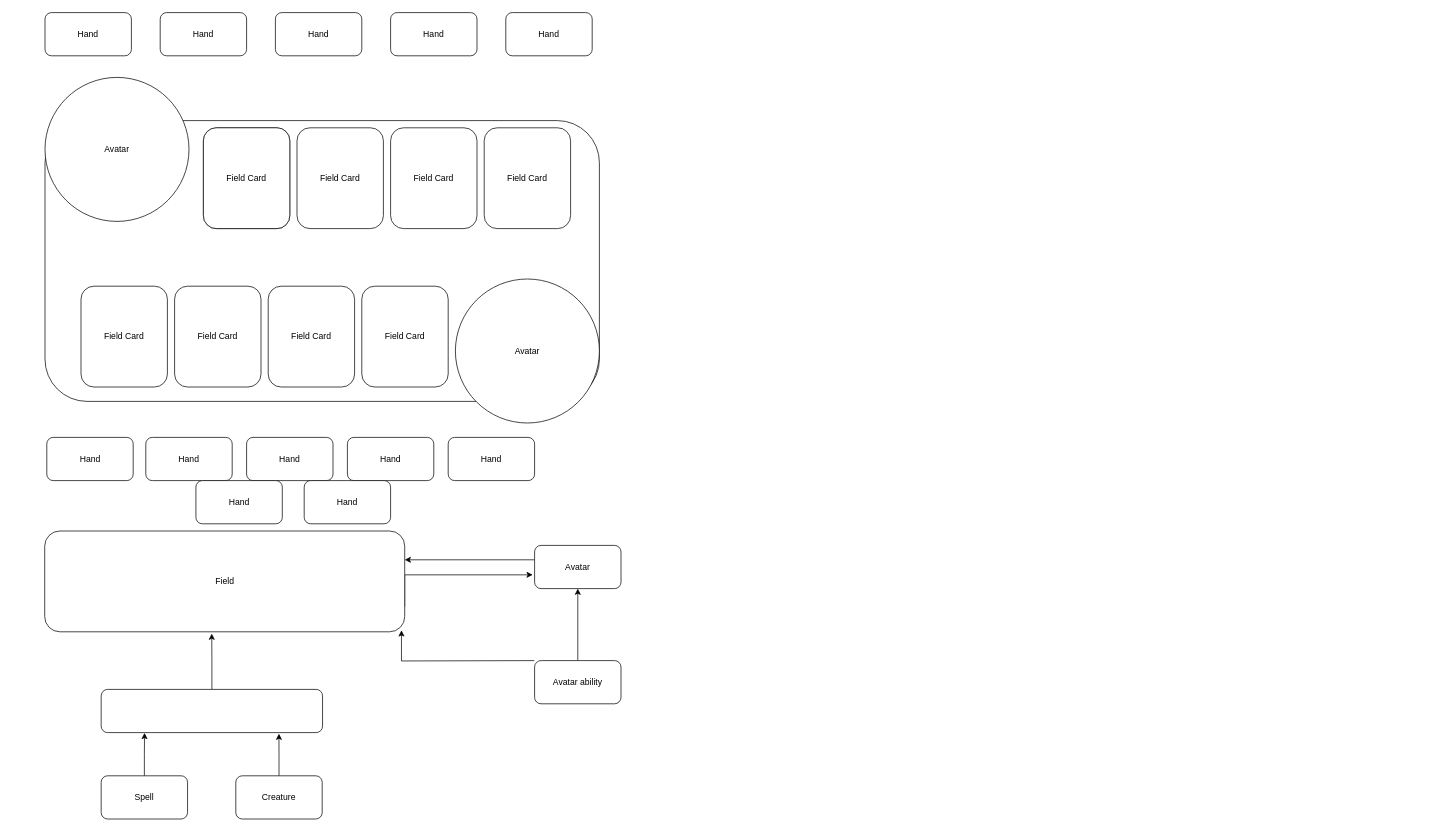
This is daigrams_from_site/Card Game Flow Chart.drawio from popados/01_diagrams, a draw.io file, before an edit. Source tidied: cells renumbered, new cells numbered last; positions are measured from the earlier drawing's top-left corner, leaving out a move shared by most shapes. Both pictures are drawn from the tidied source at 72%, with x=0, y=0 at pixel (45, 12).
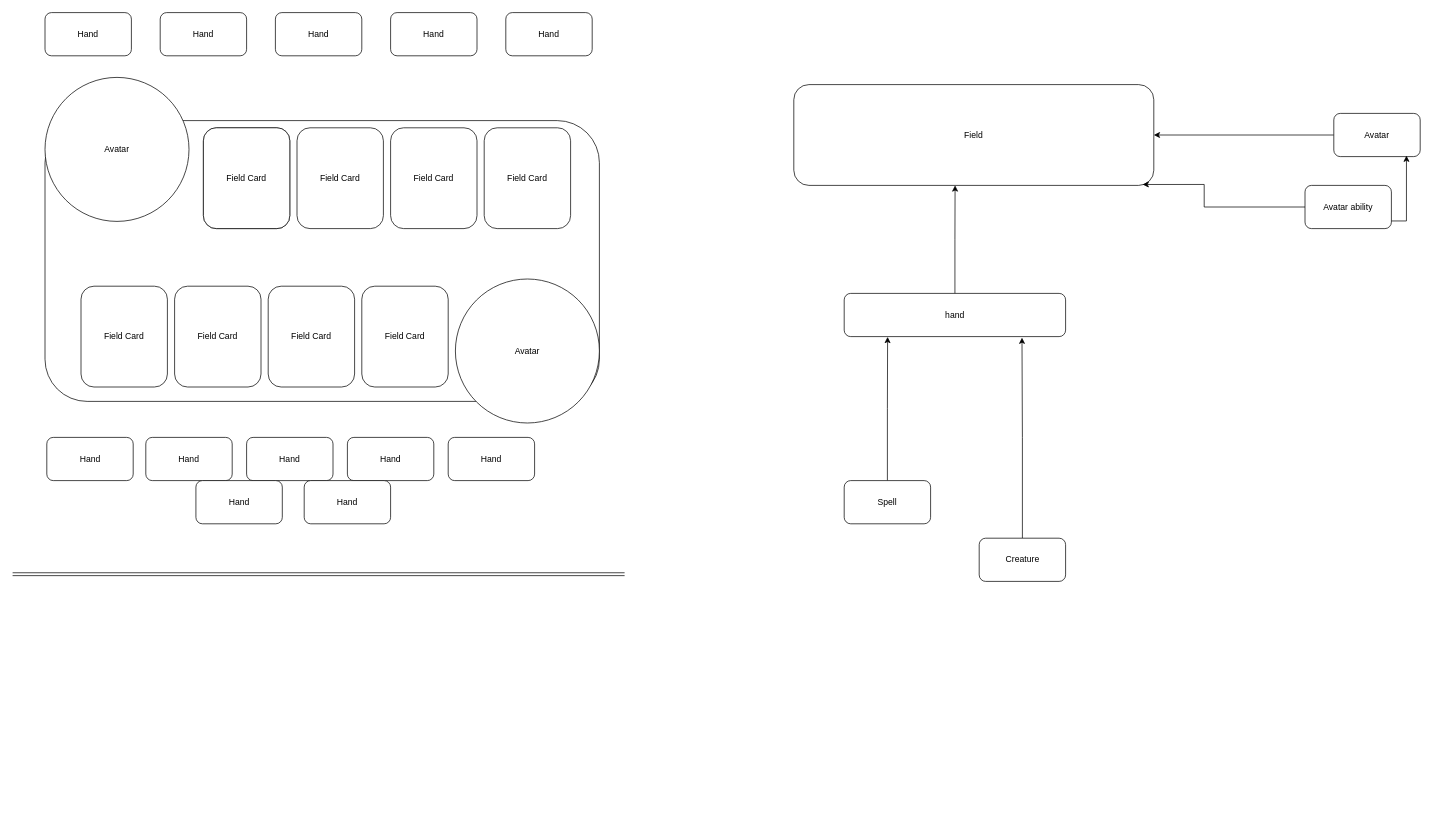
Above is the later version.

Change to the diagram source:
```diff
@@
-    <mxCell id="23" style="edgeStyle=orthogonalEdgeStyle;rounded=0;jettySize=auto;html=1;entryX=-0.018;entryY=0.849;entryDx=0;entryDy=0;entryPerimeter=0;exitX=1;exitY=0.75;exitDx=0;exitDy=0;" parent="1" edge="1" source="24">
-      <mxGeometry relative="1" as="geometry">
-        <mxPoint x="677.4" y="780.9" as="targetPoint" />
-        <Array as="points">
-          <mxPoint x="499.6" y="781" />
-        </Array>
-      </mxGeometry>
-    </mxCell>
     <mxCell id="24" value="Field&lt;br&gt;" style="rounded=1;whiteSpace=wrap;html=1;" parent="1" vertex="1">
-      <mxGeometry x="-0.4" y="720" width="500" height="140" as="geometry" />
+      <mxGeometry x="1040" y="100" width="500" height="140" as="geometry" />
     </mxCell>
@@
     <mxCell id="26" value="Spell" style="rounded=1;whiteSpace=wrap;html=1;" parent="1" vertex="1">
-      <mxGeometry x="78" y="1060" width="120" height="60" as="geometry" />
+      <mxGeometry x="1110" y="650" width="120" height="60" as="geometry" />
     </mxCell>
@@
     <mxCell id="28" value="Creature" style="rounded=1;whiteSpace=wrap;html=1;" parent="1" vertex="1">
-      <mxGeometry x="265" y="1060" width="120" height="60" as="geometry" />
+      <mxGeometry x="1297.5" y="730" width="120" height="60" as="geometry" />
     </mxCell>
-    <mxCell id="29" style="edgeStyle=orthogonalEdgeStyle;rounded=0;orthogonalLoop=1;jettySize=auto;html=1;exitX=0;exitY=0.5;exitDx=0;exitDy=0;" parent="1" edge="1">
-      <mxGeometry relative="1" as="geometry">
-        <mxPoint x="679.6" y="760" as="sourcePoint" />
-        <mxPoint x="499.6" y="760" as="targetPoint" />
-        <Array as="points">
-          <mxPoint x="499.6" y="760" />
-        </Array>
-      </mxGeometry>
-    </mxCell>
+    <mxCell id="39" style="edgeStyle=orthogonalEdgeStyle;rounded=0;jettySize=auto;html=1;" parent="1" edge="1" source="30" target="24">
+      <mxGeometry relative="1" as="geometry" />
+    </mxCell>
     <mxCell id="30" value="Avatar" style="rounded=1;whiteSpace=wrap;html=1;" parent="1" vertex="1">
-      <mxGeometry x="680" y="740" width="120" height="60" as="geometry" />
+      <mxGeometry x="1790" y="140" width="120" height="60" as="geometry" />
     </mxCell>
-    <mxCell id="31" style="edgeStyle=orthogonalEdgeStyle;rounded=0;jettySize=auto;html=1;entryX=0.991;entryY=0.985;entryDx=0;entryDy=0;entryPerimeter=0;" parent="1" edge="1" target="24">
-      <mxGeometry relative="1" as="geometry">
-        <mxPoint x="679.6" y="900" as="sourcePoint" />
-      </mxGeometry>
-    </mxCell>
-    <mxCell id="32" style="edgeStyle=orthogonalEdgeStyle;rounded=0;jettySize=auto;html=1;exitX=0.5;exitY=0;exitDx=0;exitDy=0;entryX=0.5;entryY=1;entryDx=0;entryDy=0;" parent="1" edge="1" source="33" target="30">
+    <mxCell id="32" style="edgeStyle=orthogonalEdgeStyle;rounded=0;jettySize=auto;html=1;exitX=0.998;exitY=0.823;exitDx=0;exitDy=0;entryX=0.841;entryY=0.978;entryDx=0;entryDy=0;exitPerimeter=0;entryPerimeter=0;" parent="1" edge="1" source="33" target="30">
       <mxGeometry relative="1" as="geometry" />
     </mxCell>
     <mxCell id="33" value="Avatar ability" style="rounded=1;whiteSpace=wrap;html=1;" parent="1" vertex="1">
-      <mxGeometry x="680" y="900" width="120" height="60" as="geometry" />
+      <mxGeometry x="1750" y="240" width="120" height="60" as="geometry" />
     </mxCell>
@@
-    <mxCell id="37" style="edgeStyle=orthogonalEdgeStyle;rounded=0;jettySize=auto;html=1;entryX=0.464;entryY=1.018;entryDx=0;entryDy=0;entryPerimeter=0;" parent="1" edge="1" source="38" target="24">
-      <mxGeometry relative="1" as="geometry" />
+    <mxCell id="37" style="edgeStyle=orthogonalEdgeStyle;rounded=0;jettySize=auto;html=1;" parent="1" edge="1" source="38">
+      <mxGeometry relative="1" as="geometry">
+        <mxPoint x="1264" y="240" as="targetPoint" />
+      </mxGeometry>
     </mxCell>
-    <mxCell id="38" style="rounded=1;whiteSpace=wrap;html=1;" parent="1" vertex="1">
-      <mxGeometry x="78" y="940" width="307.5" height="60" as="geometry" />
+    <mxCell id="38" value="hand" style="rounded=1;whiteSpace=wrap;html=1;" parent="1" vertex="1">
+      <mxGeometry x="1110" y="390" width="307.5" height="60" as="geometry" />
     </mxCell>
+    <mxCell id="40" style="edgeStyle=orthogonalEdgeStyle;rounded=0;jettySize=auto;html=1;entryX=0.969;entryY=0.991;entryDx=0;entryDy=0;entryPerimeter=0;exitX=0;exitY=0.5;exitDx=0;exitDy=0;" parent="1" edge="1" source="33" target="24">
+      <mxGeometry relative="1" as="geometry">
+        <Array as="points">
+          <mxPoint x="1610" y="270" />
+          <mxPoint x="1610" y="239" />
+        </Array>
+      </mxGeometry>
+    </mxCell>
+    <mxCell id="41" style="shape=link;html=1;rounded=0;" parent="1" edge="1">
+      <mxGeometry relative="1" as="geometry">
+        <mxPoint x="-45" y="780" as="sourcePoint" />
+        <mxPoint x="805" y="780" as="targetPoint" />
+      </mxGeometry>
+    </mxCell>
```
